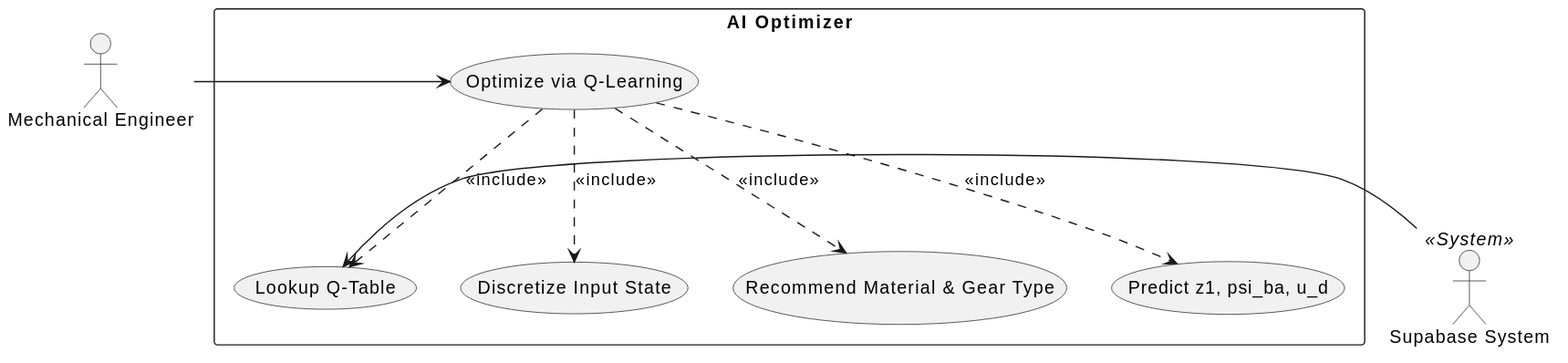
This is docs/uml/uc_ai.svg from dvydinh/mechdrive, a PlantUML export, as it was before one commit.
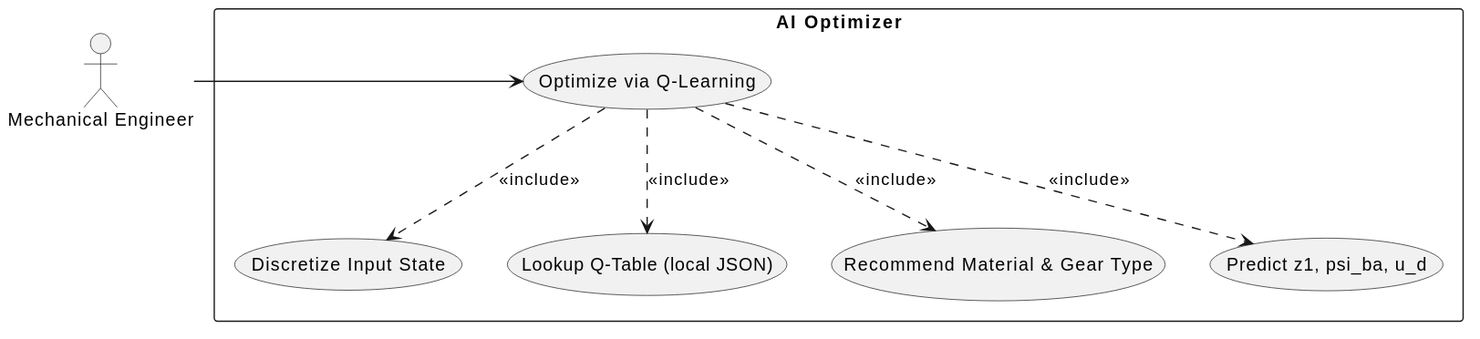
After the change.

Commit message:
doi qtable thanh json

The edit, as a diff of the source:
```diff
@@ -2,12 +2,11 @@
 skinparam packageStyle rectangle
 
 actor "Mechanical Engineer" as eng
-actor "Supabase System" as store << System >>
 
 package "AI Optimizer" {
   usecase "Optimize via Q-Learning" as UC1
   usecase "Discretize Input State" as UC1_1
-  usecase "Lookup Q-Table" as UC1_2
+  usecase "Lookup Q-Table (local JSON)" as UC1_2
   usecase "Recommend Material & Gear Type" as UC1_3
   usecase "Predict z1, psi_ba, u_d" as UC1_4
 }
@@ -17,6 +16,4 @@
 UC1 .down.> UC1_2 : <<include>>
 UC1 .down.> UC1_3 : <<include>>
 UC1 .down.> UC1_4 : <<include>>
-
-store -left-> UC1_2
 @enduml
```
